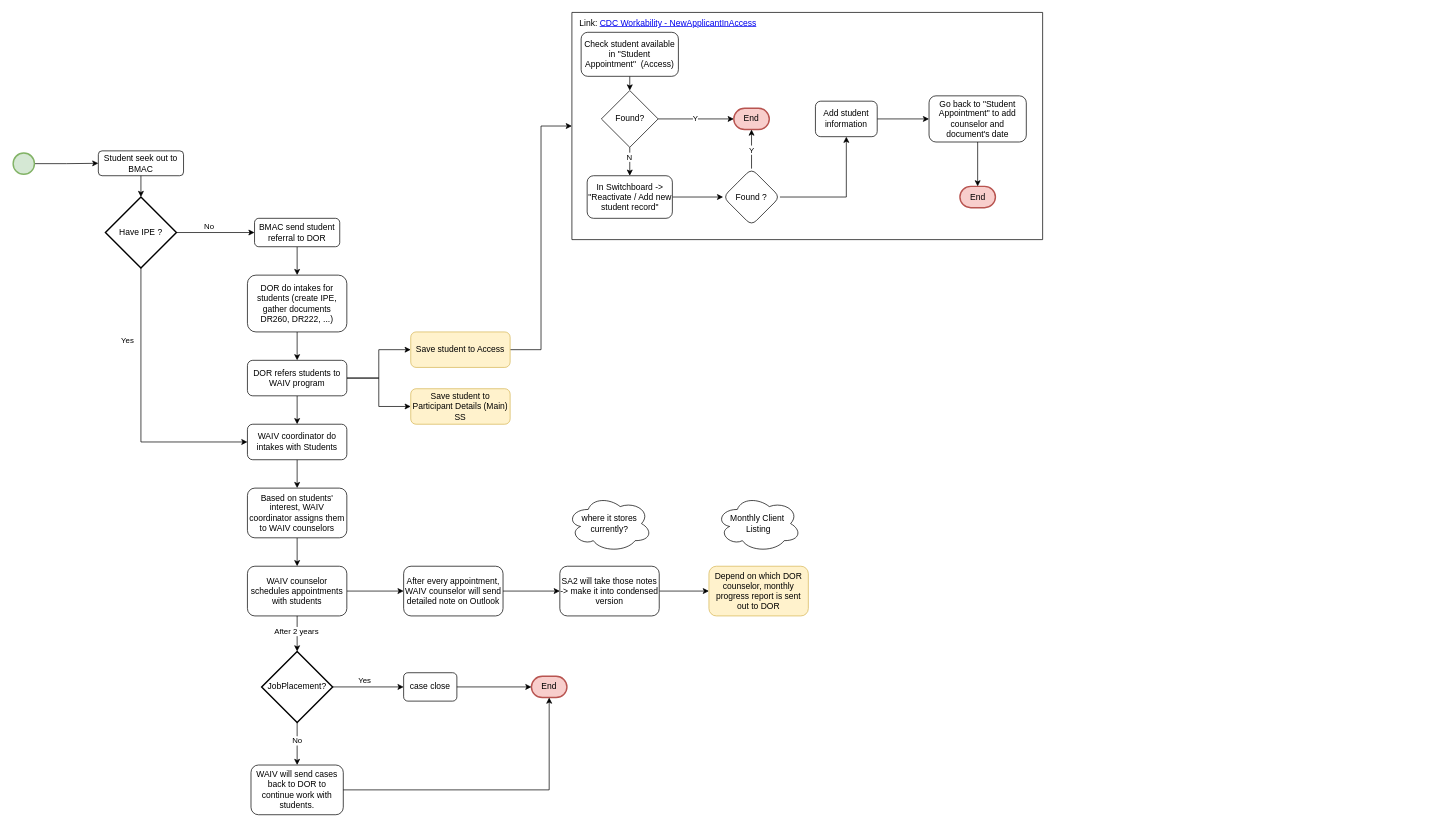
This is waivWorkflow.drawio from markqle/waiv, a draw.io file, before an edit. Source tidied: cells renumbered, new cells numbered last; positions are measured from the earlier drawing's top-left corner, leaving out a move shared by most shapes. Both pictures are drawn from the tidied source at 71%, with x=0, y=0 at pixel (13, 12).
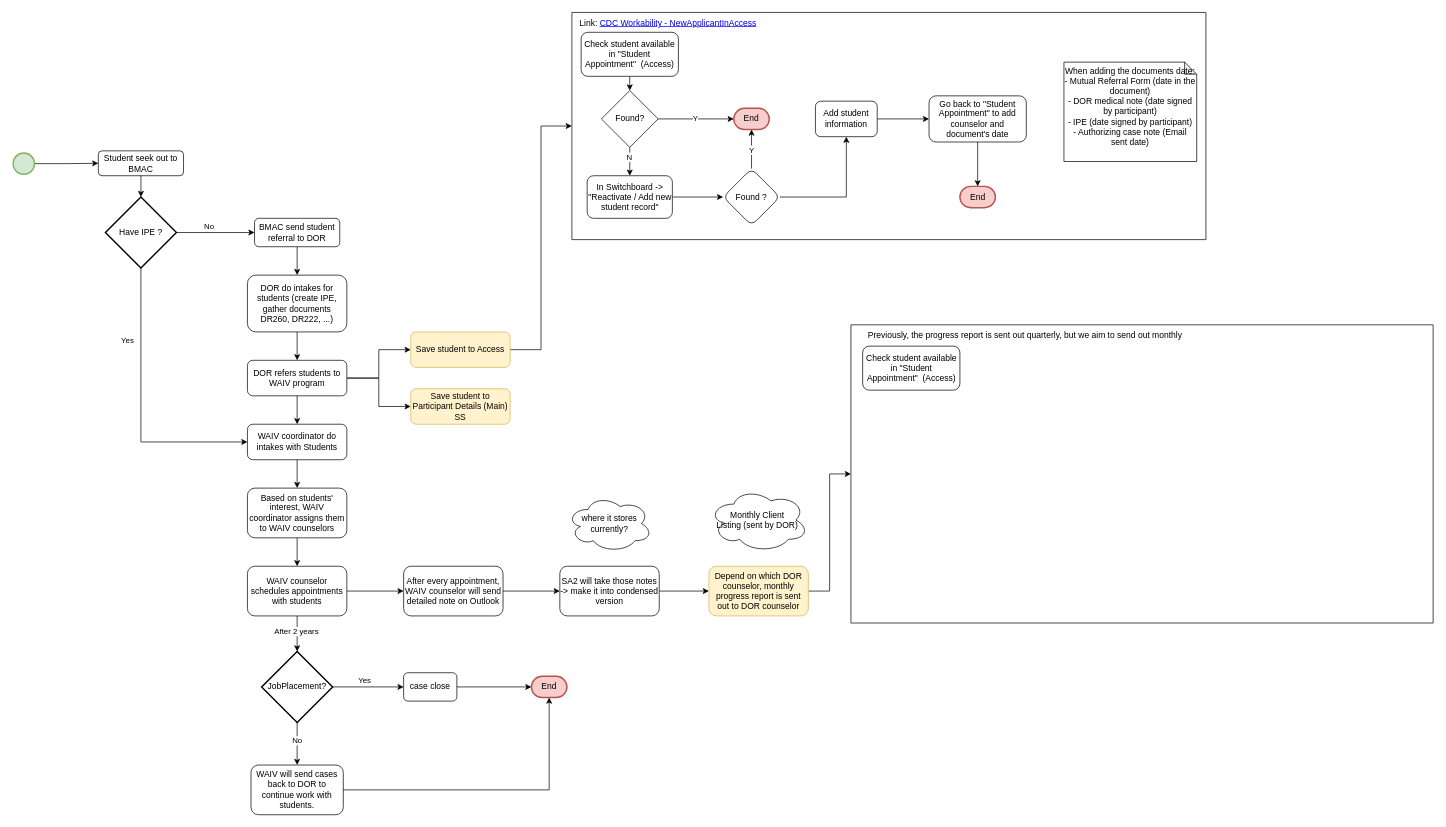
Above is the later version.

The edit, as a diff of the source:
```diff
@@
+    <mxCell id="68" style="edgeStyle=orthogonalEdgeStyle;rounded=0;jettySize=auto;html=1;exitX=1;exitY=0.5;exitDx=0;exitDy=0;" parent="1" edge="1" source="26" target="70">
+      <mxGeometry relative="1" as="geometry" />
+    </mxCell>
-    <mxCell id="26" value="Depend on which DOR counselor, monthly progress report is sent out to DOR" style="rounded=1;whiteSpace=wrap;html=1;fontSize=12;glass=0;strokeWidth=1;shadow=0;fillColor=#fff2cc;strokeColor=#d6b656;" parent="1" vertex="1">
+    <mxCell id="26" value="Depend on which DOR counselor, monthly progress report is sent out to DOR counselor" style="rounded=1;whiteSpace=wrap;html=1;fontSize=12;glass=0;strokeWidth=1;shadow=0;fillColor=#fff2cc;strokeColor=#d6b656;" parent="1" vertex="1">
       <mxGeometry x="980" y="780" width="140" height="70" as="geometry" />
     </mxCell>
@@
     <mxCell id="46" style="swimlane;startSize=0;" parent="1" vertex="1">
-      <mxGeometry x="787" width="663" height="320" as="geometry" />
+      <mxGeometry x="787" width="893" height="320" as="geometry" />
     </mxCell>
@@
+    <mxCell id="69" value="When adding the documents date:&lt;div&gt;- Mutual Referral Form (date in the document)&lt;/div&gt;&lt;div&gt;- DOR medical note (date signed by participant)&lt;/div&gt;&lt;div&gt;- IPE (date signed by participant)&lt;/div&gt;&lt;div&gt;- Authorizing case note (Email sent date)&lt;/div&gt;&lt;div&gt;&lt;br&gt;&lt;/div&gt;" style="shape=note;whiteSpace=wrap;html=1;backgroundOutline=1;darkOpacity=0.05;size=17;" parent="46" vertex="1">
+      <mxGeometry x="693" y="70" width="187" height="140" as="geometry" />
+    </mxCell>
-    <mxCell id="67" value="Monthly Client&amp;nbsp;&lt;div&gt;Listing&lt;/div&gt;" style="ellipse;shape=cloud;whiteSpace=wrap;html=1;" parent="1" vertex="1">
-      <mxGeometry x="990" y="680" width="120" height="80" as="geometry" />
+    <mxCell id="67" value="Monthly Client&amp;nbsp;&lt;div&gt;Listing (sent by DOR)&amp;nbsp;&lt;/div&gt;" style="ellipse;shape=cloud;whiteSpace=wrap;html=1;" parent="1" vertex="1">
+      <mxGeometry x="980" y="670" width="140" height="90" as="geometry" />
     </mxCell>
+    <mxCell id="70" style="swimlane;startSize=0;" parent="1" vertex="1">
+      <mxGeometry x="1180" y="440" width="820" height="420" as="geometry" />
+    </mxCell>
+    <mxCell id="71" value="Previously, the progress report is sent out quarterly, but we aim to send out monthly" style="text;html=1;align=center;verticalAlign=middle;strokeColor=none;fillColor=none;" parent="70" vertex="1">
+      <mxGeometry x="10" width="470" height="30" as="geometry" />
+    </mxCell>
+    <mxCell id="72" value="Check student available in &quot;Student Appointment&quot;&amp;nbsp; (Access)" style="rounded=1;whiteSpace=wrap;html=1;" parent="70" vertex="1">
+      <mxGeometry x="16.5" y="30" width="137" height="62" as="geometry" />
+    </mxCell>
```
